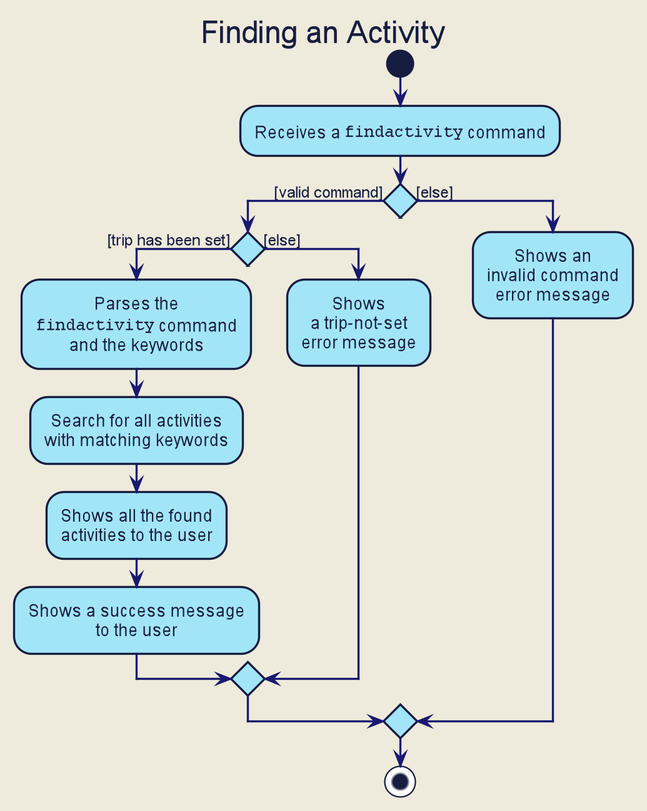
Earlier version of the PlantUML export docs/images/developer-guide/activity/FindActivityDiagram.png (zenatrick/main).
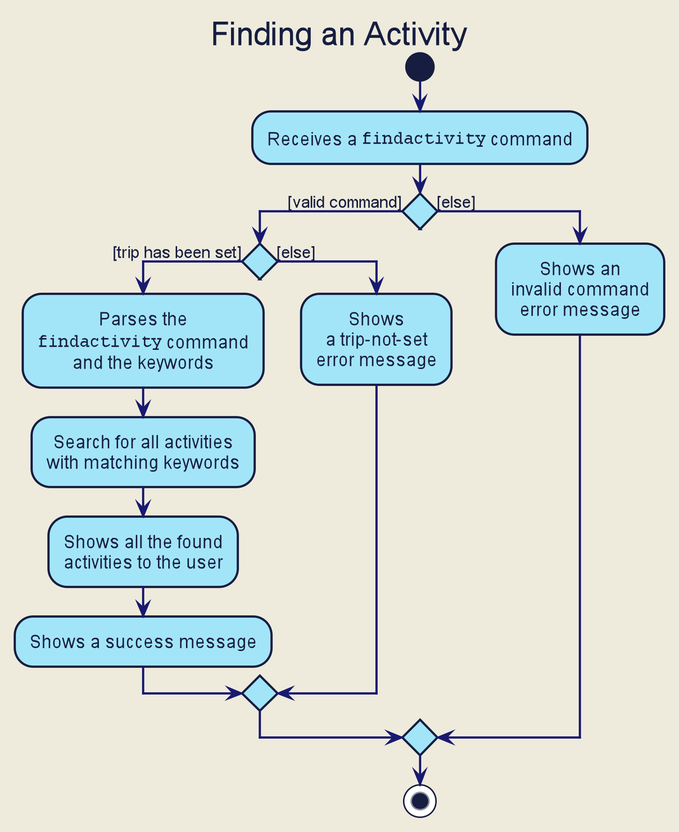
After the change.

Commit message:
Update UML diagrams of Packing List for DG

What changed in the source:
```diff
@@ -122,8 +122,7 @@
             :Shows all the found
             activities to the user;
 
-            :Shows a success message
-            to the user;
+            :Shows a success message;
 
     else ([else])
             :Shows
```
